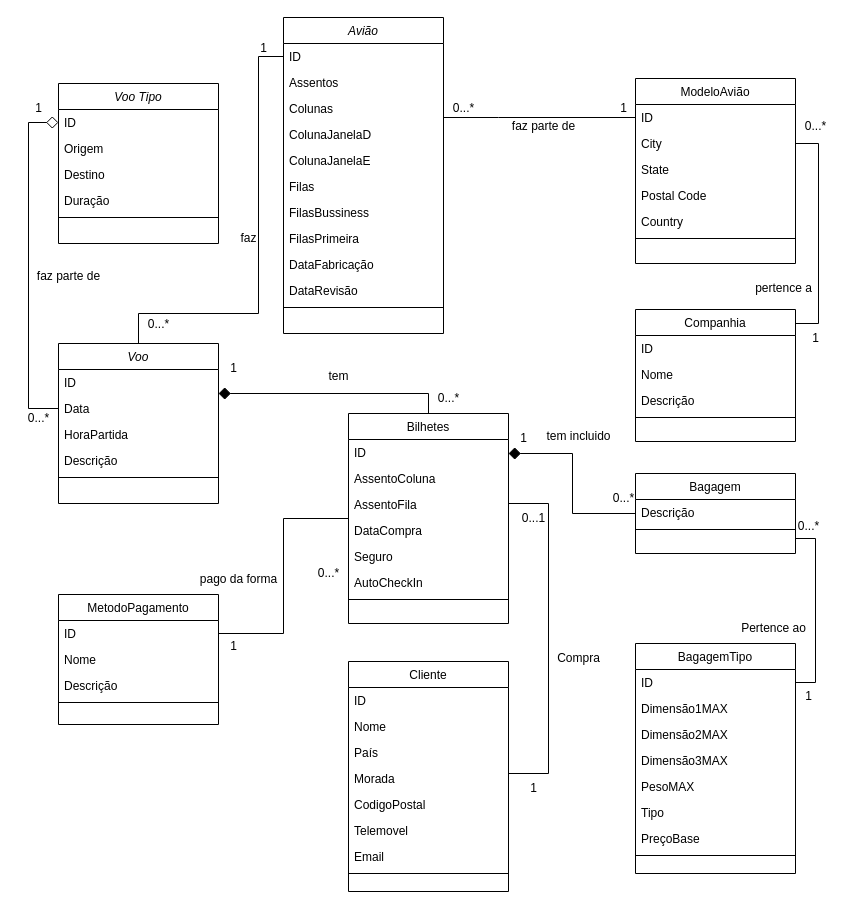
VascoJ2000/ABD_Projeto keeps this draw.io diagram as diagramas/Diagrama_de_classes.drawio. Above is the earlier version. Source tidied: cells renumbered, new cells numbered last; positions are measured from the earlier drawing's top-left corner, leaving out a move shared by most shapes. Both pictures are drawn from the tidied source at 100%, with x=0, y=0 at pixel (18, 17).
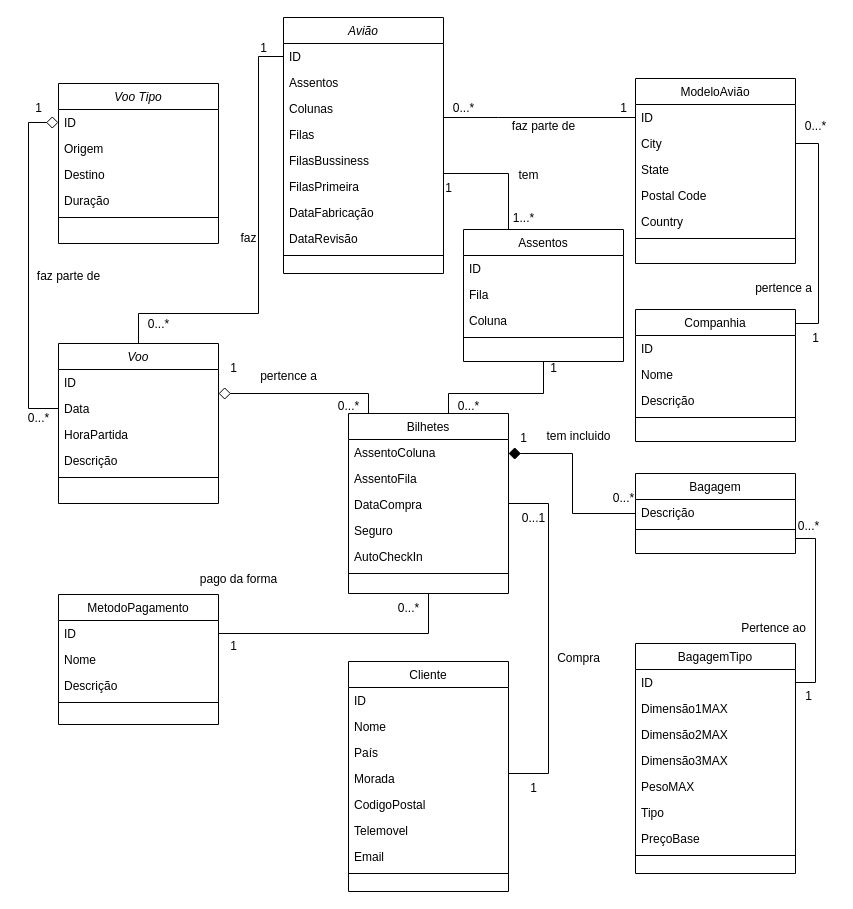
The same page after the edit.

Unchanged cells that the change refers to:
```xml
<mxCell id="38" value="Voo" style="swimlane;fontStyle=2;align=center;verticalAlign=top;horizontal=1;startSize=26;rounded=0;shadow=0;strokeWidth=1;" parent="1" vertex="1">
  <mxGeometry x="40" y="326" width="160" height="160" as="geometry" />
</mxCell>
```

Diff of the diagram source:
```diff
@@
     <mxCell id="2" value="Avião" style="swimlane;fontStyle=2;align=center;verticalAlign=top;horizontal=1;startSize=26;rounded=0;shadow=0;strokeWidth=1;" parent="1" vertex="1">
-      <mxGeometry x="265" width="160" height="316" as="geometry" />
+      <mxGeometry x="265" width="160" height="256" as="geometry" />
     </mxCell>
@@
-    <mxCell id="6" value="ColunaJanelaD" style="text;align=left;verticalAlign=top;spacingLeft=4;spacingRight=4;overflow=hidden;rounded=0;shadow=0;html=0;" parent="2" vertex="1">
-      <mxGeometry y="104" width="160" height="26" as="geometry" />
-    </mxCell>
-    <mxCell id="7" value="ColunaJanelaE" style="text;align=left;verticalAlign=top;spacingLeft=4;spacingRight=4;overflow=hidden;rounded=0;shadow=0;html=0;" parent="2" vertex="1">
-      <mxGeometry y="130" width="160" height="26" as="geometry" />
-    </mxCell>
     <mxCell id="8" value="Filas" style="text;align=left;verticalAlign=top;spacingLeft=4;spacingRight=4;overflow=hidden;rounded=0;shadow=0;html=0;" parent="2" vertex="1">
-      <mxGeometry y="156" width="160" height="26" as="geometry" />
+      <mxGeometry y="104" width="160" height="26" as="geometry" />
     </mxCell>
     <mxCell id="9" value="FilasBussiness" style="text;align=left;verticalAlign=top;spacingLeft=4;spacingRight=4;overflow=hidden;rounded=0;shadow=0;html=0;" parent="2" vertex="1">
-      <mxGeometry y="182" width="160" height="26" as="geometry" />
+      <mxGeometry y="130" width="160" height="26" as="geometry" />
     </mxCell>
     <mxCell id="10" value="FilasPrimeira" style="text;align=left;verticalAlign=top;spacingLeft=4;spacingRight=4;overflow=hidden;rounded=0;shadow=0;html=0;" parent="2" vertex="1">
-      <mxGeometry y="208" width="160" height="26" as="geometry" />
+      <mxGeometry y="156" width="160" height="26" as="geometry" />
     </mxCell>
     <mxCell id="11" value="DataFabricação" style="text;align=left;verticalAlign=top;spacingLeft=4;spacingRight=4;overflow=hidden;rounded=0;shadow=0;html=0;" parent="2" vertex="1">
-      <mxGeometry y="234" width="160" height="26" as="geometry" />
+      <mxGeometry y="182" width="160" height="26" as="geometry" />
     </mxCell>
     <mxCell id="12" value="DataRevisão" style="text;align=left;verticalAlign=top;spacingLeft=4;spacingRight=4;overflow=hidden;rounded=0;shadow=0;html=0;" parent="2" vertex="1">
-      <mxGeometry y="260" width="160" height="26" as="geometry" />
+      <mxGeometry y="208" width="160" height="26" as="geometry" />
     </mxCell>
     <mxCell id="13" style="line;html=1;strokeWidth=1;align=left;verticalAlign=middle;spacingTop=-1;spacingLeft=3;spacingRight=3;labelPosition=right;" parent="2" vertex="1">
-      <mxGeometry y="286" width="160" height="8" as="geometry" />
+      <mxGeometry y="234" width="160" height="8" as="geometry" />
     </mxCell>
@@
     <mxCell id="49" value="Bilhetes" style="swimlane;fontStyle=0;align=center;verticalAlign=top;horizontal=1;startSize=26;rounded=0;shadow=0;strokeWidth=1;" parent="1" vertex="1">
-      <mxGeometry x="330" y="396" width="160" height="210" as="geometry" />
+      <mxGeometry x="330" y="396" width="160" height="180" as="geometry" />
     </mxCell>
-    <mxCell id="50" value="ID" style="text;align=left;verticalAlign=top;spacingLeft=4;spacingRight=4;overflow=hidden;" parent="49" vertex="1">
-      <mxGeometry y="26" width="160" height="26" as="geometry" />
-    </mxCell>
     <mxCell id="51" value="AssentoColuna" style="text;align=left;verticalAlign=top;spacingLeft=4;spacingRight=4;overflow=hidden;rounded=0;shadow=0;html=0;" parent="49" vertex="1">
-      <mxGeometry y="52" width="160" height="26" as="geometry" />
+      <mxGeometry y="26" width="160" height="26" as="geometry" />
     </mxCell>
     <mxCell id="52" value="AssentoFila" style="text;align=left;verticalAlign=top;spacingLeft=4;spacingRight=4;overflow=hidden;rounded=0;shadow=0;html=0;" parent="49" vertex="1">
-      <mxGeometry y="78" width="160" height="26" as="geometry" />
+      <mxGeometry y="52" width="160" height="26" as="geometry" />
     </mxCell>
     <mxCell id="53" value="DataCompra" style="text;align=left;verticalAlign=top;spacingLeft=4;spacingRight=4;overflow=hidden;rounded=0;shadow=0;html=0;" parent="49" vertex="1">
-      <mxGeometry y="104" width="160" height="26" as="geometry" />
+      <mxGeometry y="78" width="160" height="26" as="geometry" />
     </mxCell>
     <mxCell id="54" value="Seguro" style="text;align=left;verticalAlign=top;spacingLeft=4;spacingRight=4;overflow=hidden;rounded=0;shadow=0;html=0;" parent="49" vertex="1">
-      <mxGeometry y="130" width="160" height="26" as="geometry" />
+      <mxGeometry y="104" width="160" height="26" as="geometry" />
     </mxCell>
     <mxCell id="55" value="AutoCheckIn" style="text;align=left;verticalAlign=top;spacingLeft=4;spacingRight=4;overflow=hidden;rounded=0;shadow=0;html=0;" parent="49" vertex="1">
-      <mxGeometry y="156" width="160" height="26" as="geometry" />
+      <mxGeometry y="130" width="160" height="26" as="geometry" />
     </mxCell>
     <mxCell id="56" style="line;html=1;strokeWidth=1;align=left;verticalAlign=middle;spacingTop=-1;spacingLeft=3;spacingRight=3;labelPosition=right;" parent="49" vertex="1">
-      <mxGeometry y="182" width="160" height="8" as="geometry" />
+      <mxGeometry y="156" width="160" height="8" as="geometry" />
     </mxCell>
-    <mxCell id="57" style="endArrow=diamond;endSize=10;endFill=1;shadow=0;strokeWidth=1;rounded=0;edgeStyle=orthogonalEdgeStyle;" parent="1" edge="1" source="49" target="38">
+    <mxCell id="57" style="endArrow=diamond;endSize=10;endFill=0;shadow=0;strokeWidth=1;rounded=0;edgeStyle=orthogonalEdgeStyle;" parent="1" edge="1" source="49" target="38">
       <mxGeometry relative="1" as="geometry">
         <Array as="points">
-          <mxPoint x="410" y="376" />
+          <mxPoint x="350" y="376" />
         </Array>
       </mxGeometry>
     </mxCell>
     <mxCell id="58" value="0...*" style="text;html=1;align=center;verticalAlign=middle;strokeColor=none;fillColor=none;" parent="1" vertex="1">
-      <mxGeometry x="410" y="366" width="40" height="30" as="geometry" />
+      <mxGeometry x="310" y="374" width="40" height="30" as="geometry" />
     </mxCell>
@@
     <mxCell id="84" value="0...*" style="text;html=1;align=center;verticalAlign=middle;strokeColor=none;fillColor=none;" parent="1" vertex="1">
-      <mxGeometry x="290" y="541" width="40" height="30" as="geometry" />
+      <mxGeometry x="370" y="576" width="40" height="30" as="geometry" />
     </mxCell>
@@
-    <mxCell id="107" value="tem" style="text;html=1;align=center;verticalAlign=middle;strokeColor=none;fillColor=none;" parent="1" vertex="1">
-      <mxGeometry x="300" y="344" width="40" height="30" as="geometry" />
+    <mxCell id="107" value="pertence a" style="text;html=1;align=center;verticalAlign=middle;strokeColor=none;fillColor=none;" parent="1" vertex="1">
+      <mxGeometry x="230" y="344" width="80" height="30" as="geometry" />
     </mxCell>
+    <mxCell id="108" value="Assentos" style="swimlane;fontStyle=0;align=center;verticalAlign=top;horizontal=1;startSize=26;rounded=0;shadow=0;strokeWidth=1;" parent="1" vertex="1">
+      <mxGeometry x="445" y="212" width="160" height="132" as="geometry" />
+    </mxCell>
+    <mxCell id="50" value="ID" style="text;align=left;verticalAlign=top;spacingLeft=4;spacingRight=4;overflow=hidden;" parent="108" vertex="1">
+      <mxGeometry y="26" width="160" height="26" as="geometry" />
+    </mxCell>
+    <mxCell id="109" value="Fila" style="text;align=left;verticalAlign=top;spacingLeft=4;spacingRight=4;overflow=hidden;rounded=0;shadow=0;html=0;" parent="108" vertex="1">
+      <mxGeometry y="52" width="160" height="26" as="geometry" />
+    </mxCell>
+    <mxCell id="110" value="Coluna" style="text;align=left;verticalAlign=top;spacingLeft=4;spacingRight=4;overflow=hidden;rounded=0;shadow=0;html=0;" parent="108" vertex="1">
+      <mxGeometry y="78" width="160" height="26" as="geometry" />
+    </mxCell>
+    <mxCell id="111" style="line;html=1;strokeWidth=1;align=left;verticalAlign=middle;spacingTop=-1;spacingLeft=3;spacingRight=3;labelPosition=right;" parent="108" vertex="1">
+      <mxGeometry y="104" width="160" height="8" as="geometry" />
+    </mxCell>
+    <mxCell id="112" style="endArrow=none;endSize=10;endFill=0;shadow=0;strokeWidth=1;rounded=0;edgeStyle=orthogonalEdgeStyle;startArrow=none;startFill=0;" parent="1" edge="1" source="49" target="108">
+      <mxGeometry relative="1" as="geometry">
+        <Array as="points">
+          <mxPoint x="430" y="376" />
+          <mxPoint x="525" y="376" />
+        </Array>
+      </mxGeometry>
+    </mxCell>
+    <mxCell id="113" value="1" style="text;html=1;align=center;verticalAlign=middle;strokeColor=none;fillColor=none;" parent="1" vertex="1">
+      <mxGeometry x="520" y="336" width="30" height="30" as="geometry" />
+    </mxCell>
+    <mxCell id="114" value="0...*" style="text;html=1;align=center;verticalAlign=middle;strokeColor=none;fillColor=none;" parent="1" vertex="1">
+      <mxGeometry x="430" y="374" width="40" height="30" as="geometry" />
+    </mxCell>
+    <mxCell id="115" style="edgeStyle=orthogonalEdgeStyle;rounded=0;jettySize=auto;html=1;endArrow=none;endFill=0;" parent="1" edge="1" source="108" target="2">
+      <mxGeometry relative="1" as="geometry">
+        <Array as="points">
+          <mxPoint x="490" y="156" />
+        </Array>
+      </mxGeometry>
+    </mxCell>
+    <mxCell id="116" value="tem" style="text;html=1;align=center;verticalAlign=middle;strokeColor=none;fillColor=none;" parent="1" vertex="1">
+      <mxGeometry x="490" y="143" width="40" height="30" as="geometry" />
+    </mxCell>
+    <mxCell id="117" value="1...*" style="text;html=1;align=center;verticalAlign=middle;strokeColor=none;fillColor=none;" parent="1" vertex="1">
+      <mxGeometry x="485" y="186" width="40" height="30" as="geometry" />
+    </mxCell>
+    <mxCell id="118" value="1" style="text;html=1;align=center;verticalAlign=middle;strokeColor=none;fillColor=none;" parent="1" vertex="1">
+      <mxGeometry x="415" y="156" width="30" height="30" as="geometry" />
+    </mxCell>
```
